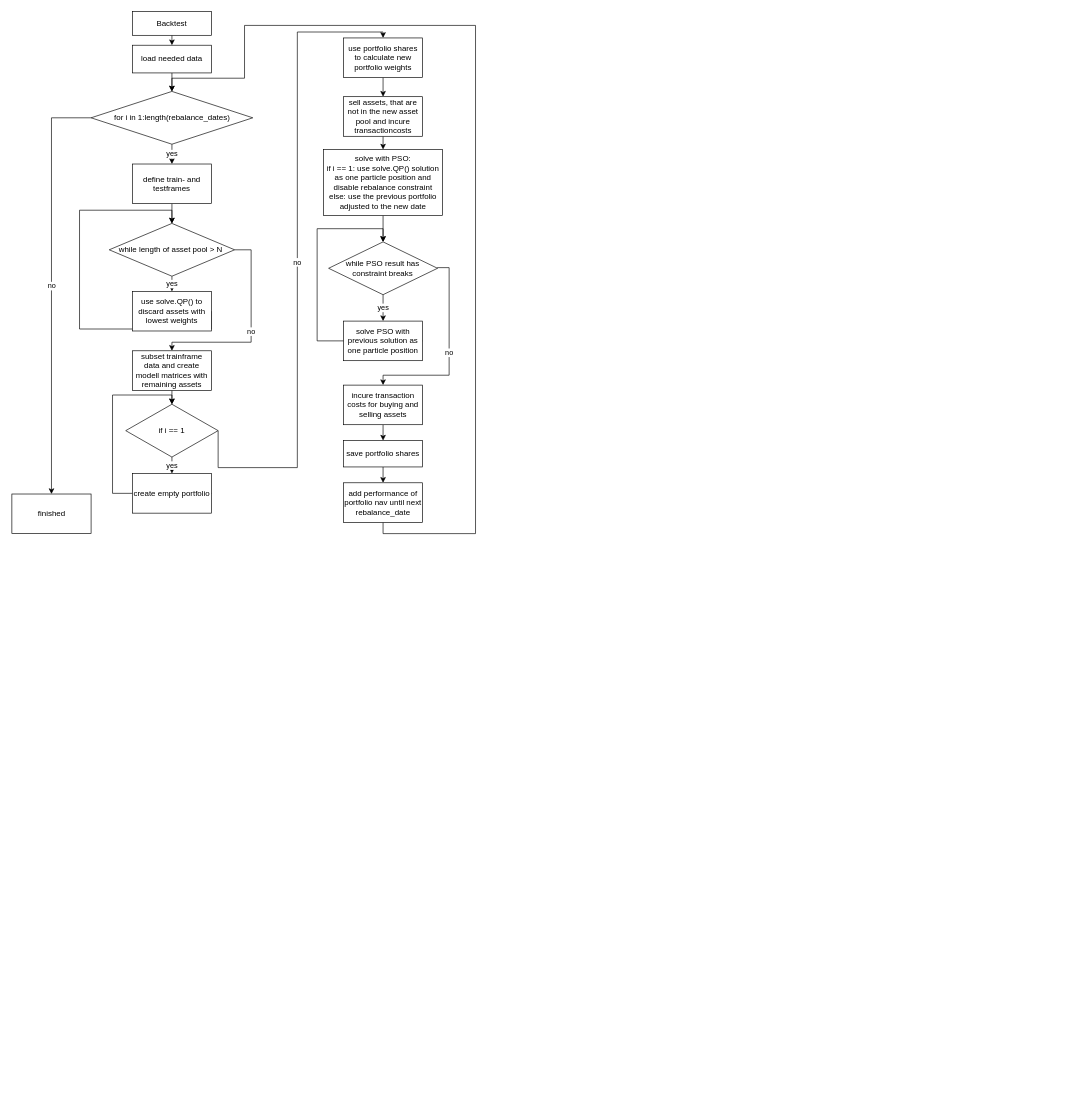
The draw.io diagram img/Chapter9_PSO_Process2.drawio in AxelCode-R/Asset-Allocation-using-Particle-Swarm-Optimization-in-R, before the edit. Source tidied: cells renumbered, new cells numbered last; positions are measured from the earlier drawing's top-left corner, leaving out a move shared by most shapes. Both pictures are drawn from the tidied source at 66%, with x=0, y=0 at pixel (12, 11).
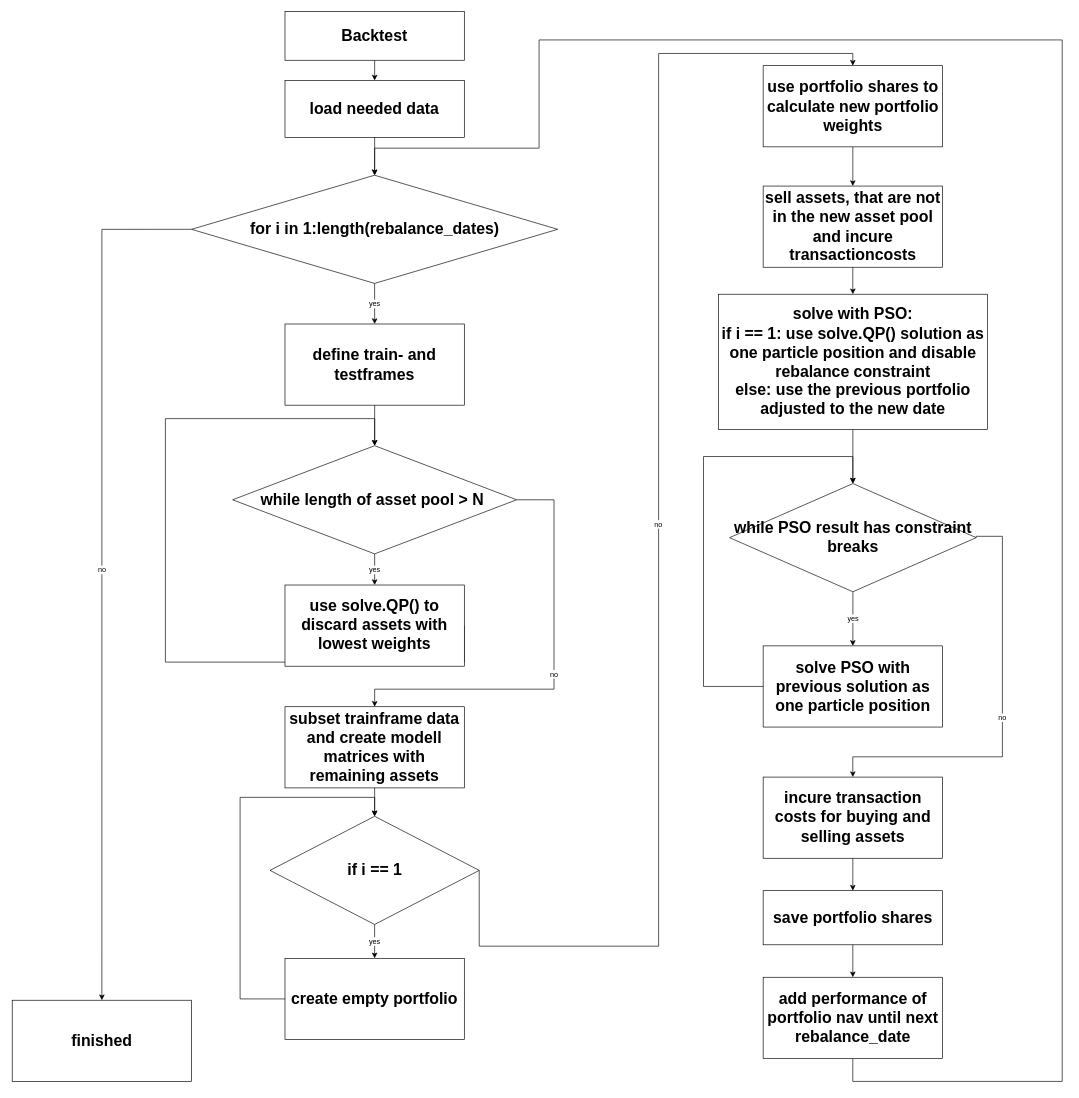
After the change.

What changed in the source:
```diff
@@
+    <mxCell id="41" style="group;" parent="1" vertex="1">
+      <mxGeometry width="1592" height="1621" as="geometry" />
+    </mxCell>
+    <mxCell id="3" value="&lt;h1&gt;Backtest&lt;/h1&gt;" style="whiteSpace=wrap;html=1;" parent="41" vertex="1">
+      <mxGeometry x="413.3" width="271.7" height="73.8" as="geometry" />
+    </mxCell>
+    <mxCell id="5" value="&lt;h1&gt;load needed data&lt;/h1&gt;" style="whiteSpace=wrap;html=1;" parent="41" vertex="1">
+      <mxGeometry x="413.3" y="104.5" width="271.7" height="86.1" as="geometry" />
+    </mxCell>
-    <mxCell id="2" style="edgeStyle=orthogonalEdgeStyle;rounded=0;jettySize=auto;html=1;exitX=0.5;exitY=1;exitDx=0;exitDy=0;entryX=0.5;entryY=0;entryDx=0;entryDy=0;" parent="1" edge="1" source="3" target="5">
+    <mxCell id="2" style="edgeStyle=orthogonalEdgeStyle;rounded=0;jettySize=auto;html=1;exitX=0.5;exitY=1;exitDx=0;exitDy=0;entryX=0.5;entryY=0;entryDx=0;entryDy=0;" parent="41" edge="1" source="3" target="5">
       <mxGeometry relative="1" as="geometry" />
     </mxCell>
-    <mxCell id="3" value="Backtest" style="whiteSpace=wrap;html=1;" parent="1" vertex="1">
-      <mxGeometry x="182" width="120" height="36" as="geometry" />
-    </mxCell>
+    <mxCell id="8" value="&lt;h1&gt;&lt;span&gt;for i in 1:length(rebalance_dates)&lt;/span&gt;&lt;/h1&gt;" style="rhombus;whiteSpace=wrap;html=1;" parent="41" vertex="1">
+      <mxGeometry x="271.7" y="248" width="554.8" height="163.9" as="geometry" />
+    </mxCell>
-    <mxCell id="4" style="edgeStyle=orthogonalEdgeStyle;rounded=0;jettySize=auto;html=1;exitX=0.5;exitY=1;exitDx=0;exitDy=0;entryX=0.5;entryY=0;entryDx=0;entryDy=0;" parent="1" edge="1" source="5" target="8">
+    <mxCell id="4" style="edgeStyle=orthogonalEdgeStyle;rounded=0;jettySize=auto;html=1;exitX=0.5;exitY=1;exitDx=0;exitDy=0;entryX=0.5;entryY=0;entryDx=0;entryDy=0;" parent="41" edge="1" source="5" target="8">
       <mxGeometry relative="1" as="geometry" />
     </mxCell>
-    <mxCell id="5" value="load needed data" style="whiteSpace=wrap;html=1;" parent="1" vertex="1">
-      <mxGeometry x="182" y="51" width="120" height="42" as="geometry" />
-    </mxCell>
+    <mxCell id="10" value="&lt;h1&gt;define train- and testframes&lt;/h1&gt;" style="whiteSpace=wrap;html=1;" parent="41" vertex="1">
+      <mxGeometry x="413.3" y="473.4" width="271.7" height="123" as="geometry" />
+    </mxCell>
-    <mxCell id="6" value="yes" style="edgeStyle=orthogonalEdgeStyle;rounded=0;jettySize=auto;html=1;exitX=0.5;exitY=1;exitDx=0;exitDy=0;entryX=0.5;entryY=0;entryDx=0;entryDy=0;" parent="1" edge="1" source="8" target="10">
+    <mxCell id="6" value="yes" style="edgeStyle=orthogonalEdgeStyle;rounded=0;jettySize=auto;html=1;exitX=0.5;exitY=1;exitDx=0;exitDy=0;entryX=0.5;entryY=0;entryDx=0;entryDy=0;" parent="41" edge="1" source="8" target="10">
       <mxGeometry relative="1" as="geometry" />
     </mxCell>
-    <mxCell id="7" value="no" style="edgeStyle=orthogonalEdgeStyle;rounded=0;jettySize=auto;html=1;exitX=0;exitY=0.5;exitDx=0;exitDy=0;entryX=0.5;entryY=0;entryDx=0;entryDy=0;" parent="1" edge="1" source="8" target="40">
-      <mxGeometry relative="1" as="geometry" />
-    </mxCell>
-    <mxCell id="8" value="&lt;span&gt;for i in 1:length(rebalance_dates)&lt;/span&gt;" style="rhombus;whiteSpace=wrap;html=1;" parent="1" vertex="1">
-      <mxGeometry x="119.5" y="121" width="245" height="80" as="geometry" />
-    </mxCell>
-    <mxCell id="9" style="edgeStyle=orthogonalEdgeStyle;rounded=0;jettySize=auto;html=1;exitX=0.5;exitY=1;exitDx=0;exitDy=0;entryX=0.5;entryY=0;entryDx=0;entryDy=0;" parent="1" edge="1" source="10" target="15">
-      <mxGeometry relative="1" as="geometry" />
-    </mxCell>
-    <mxCell id="10" value="define train- and testframes" style="whiteSpace=wrap;html=1;" parent="1" vertex="1">
-      <mxGeometry x="182" y="231" width="120" height="60" as="geometry" />
-    </mxCell>
-    <mxCell id="11" style="edgeStyle=orthogonalEdgeStyle;rounded=0;jettySize=auto;html=1;exitX=0.5;exitY=1;exitDx=0;exitDy=0;entryX=0.5;entryY=0;entryDx=0;entryDy=0;" parent="1" edge="1" source="12" target="35">
-      <mxGeometry relative="1" as="geometry" />
-    </mxCell>
-    <mxCell id="12" value="subset trainframe data and create modell matrices with remaining assets" style="whiteSpace=wrap;html=1;" parent="1" vertex="1">
-      <mxGeometry x="182" y="514" width="120" height="60" as="geometry" />
+    <mxCell id="12" value="&lt;h1&gt;subset trainframe data and create modell matrices with remaining assets&lt;/h1&gt;" style="whiteSpace=wrap;html=1;" parent="41" vertex="1">
+      <mxGeometry x="413.3" y="1053.3" width="271.7" height="123" as="geometry" />
     </mxCell>
-    <mxCell id="13" value="yes" style="edgeStyle=orthogonalEdgeStyle;rounded=0;jettySize=auto;html=1;exitX=0.5;exitY=1;exitDx=0;exitDy=0;entryX=0.5;entryY=0;entryDx=0;entryDy=0;" parent="1" edge="1" source="15" target="17">
-      <mxGeometry relative="1" as="geometry" />
-    </mxCell>
-    <mxCell id="14" value="no" style="edgeStyle=orthogonalEdgeStyle;rounded=0;jettySize=auto;html=1;exitX=1;exitY=0.5;exitDx=0;exitDy=0;entryX=0.5;entryY=0;entryDx=0;entryDy=0;" parent="1" edge="1" source="15" target="12">
+    <mxCell id="14" value="no" style="edgeStyle=orthogonalEdgeStyle;rounded=0;jettySize=auto;html=1;exitX=1;exitY=0.5;exitDx=0;exitDy=0;entryX=0.5;entryY=0;entryDx=0;entryDy=0;" parent="41" edge="1" source="15" target="12">
       <mxGeometry relative="1" as="geometry">
         <Array as="points">
-          <mxPoint x="362" y="361" />
-          <mxPoint x="362" y="501" />
-          <mxPoint x="242" y="501" />
+          <mxPoint x="820.9" y="739.8" />
+          <mxPoint x="820.9" y="1026.7" />
+          <mxPoint x="549.2" y="1026.7" />
         </Array>
       </mxGeometry>
     </mxCell>
-    <mxCell id="15" value="while length of asset pool &amp;gt; N&amp;nbsp;" style="rhombus;whiteSpace=wrap;html=1;" parent="1" vertex="1">
-      <mxGeometry x="147" y="321" width="190" height="80" as="geometry" />
+    <mxCell id="15" value="&lt;h1&gt;while length of asset pool &amp;gt; N&amp;nbsp;&lt;/h1&gt;" style="rhombus;whiteSpace=wrap;html=1;" parent="41" vertex="1">
+      <mxGeometry x="334" y="657.8" width="430.3" height="163.9" as="geometry" />
     </mxCell>
+    <mxCell id="9" style="edgeStyle=orthogonalEdgeStyle;rounded=0;jettySize=auto;html=1;exitX=0.5;exitY=1;exitDx=0;exitDy=0;entryX=0.5;entryY=0;entryDx=0;entryDy=0;" parent="41" edge="1" source="10" target="15">
+      <mxGeometry relative="1" as="geometry" />
+    </mxCell>
-    <mxCell id="16" style="edgeStyle=orthogonalEdgeStyle;rounded=0;jettySize=auto;html=1;exitX=1;exitY=0.5;exitDx=0;exitDy=0;entryX=0.5;entryY=0;entryDx=0;entryDy=0;entryPerimeter=0;" parent="1" edge="1" source="17" target="15">
+    <mxCell id="16" style="edgeStyle=orthogonalEdgeStyle;rounded=0;jettySize=auto;html=1;exitX=1;exitY=0.5;exitDx=0;exitDy=0;entryX=0.5;entryY=0;entryDx=0;entryDy=0;entryPerimeter=0;" parent="41" edge="1" source="17" target="15">
       <mxGeometry relative="1" as="geometry">
         <Array as="points">
-          <mxPoint x="102" y="481" />
-          <mxPoint x="102" y="301" />
-          <mxPoint x="242" y="301" />
+          <mxPoint x="232.1" y="985.7" />
+          <mxPoint x="232.1" y="616.8" />
+          <mxPoint x="549.2" y="616.8" />
         </Array>
       </mxGeometry>
     </mxCell>
-    <mxCell id="17" value="use solve.QP() to discard assets with lowest weights" style="whiteSpace=wrap;html=1;" parent="1" vertex="1">
-      <mxGeometry x="182" y="424" width="120" height="60" as="geometry" />
+    <mxCell id="17" value="&lt;h1&gt;use solve.QP() to discard assets with lowest weights&lt;/h1&gt;" style="whiteSpace=wrap;html=1;" parent="41" vertex="1">
+      <mxGeometry x="413.3" y="868.9" width="271.7" height="123" as="geometry" />
     </mxCell>
-    <mxCell id="18" style="edgeStyle=orthogonalEdgeStyle;rounded=0;jettySize=auto;html=1;exitX=0.5;exitY=1;exitDx=0;exitDy=0;entryX=0.5;entryY=0;entryDx=0;entryDy=0;" parent="1" edge="1" source="19" target="24">
-      <mxGeometry relative="1" as="geometry" />
-    </mxCell>
+    <mxCell id="13" value="yes" style="edgeStyle=orthogonalEdgeStyle;rounded=0;jettySize=auto;html=1;exitX=0.5;exitY=1;exitDx=0;exitDy=0;entryX=0.5;entryY=0;entryDx=0;entryDy=0;" parent="41" edge="1" source="15" target="17">
+      <mxGeometry relative="1" as="geometry" />
+    </mxCell>
-    <mxCell id="19" value="sell assets, that are not in the new asset pool and incure transactioncosts" style="whiteSpace=wrap;html=1;" parent="1" vertex="1">
-      <mxGeometry x="501.9" y="129" width="120" height="60" as="geometry" />
+    <mxCell id="19" value="&lt;h1&gt;sell assets, that are not in the new asset pool and incure transactioncosts&lt;/h1&gt;" style="whiteSpace=wrap;html=1;" parent="41" vertex="1">
+      <mxGeometry x="1137.8" y="264.4" width="271.7" height="123" as="geometry" />
     </mxCell>
-    <mxCell id="20" value="yes" style="edgeStyle=orthogonalEdgeStyle;rounded=0;jettySize=auto;html=1;exitX=0.5;exitY=1;exitDx=0;exitDy=0;entryX=0.5;entryY=0;entryDx=0;entryDy=0;" parent="1" edge="1" source="22" target="26">
-      <mxGeometry relative="1" as="geometry" />
-    </mxCell>
-    <mxCell id="21" value="no" style="edgeStyle=orthogonalEdgeStyle;rounded=0;jettySize=auto;html=1;exitX=1;exitY=0.5;exitDx=0;exitDy=0;entryX=0.5;entryY=0;entryDx=0;entryDy=0;" parent="1" edge="1" source="22" target="28">
-      <mxGeometry relative="1" as="geometry">
-        <Array as="points">
-          <mxPoint x="662" y="388" />
-          <mxPoint x="662" y="551" />
-          <mxPoint x="562" y="551" />
-        </Array>
-      </mxGeometry>
-    </mxCell>
-    <mxCell id="22" value="while PSO result has constraint breaks" style="rhombus;whiteSpace=wrap;html=1;" parent="1" vertex="1">
-      <mxGeometry x="479.4" y="349" width="165" height="80" as="geometry" />
+    <mxCell id="22" value="&lt;h1&gt;while PSO result has constraint breaks&lt;/h1&gt;" style="rhombus;whiteSpace=wrap;html=1;" parent="41" vertex="1">
+      <mxGeometry x="1086.9" y="715.2" width="373.7" height="163.9" as="geometry" />
     </mxCell>
-    <mxCell id="23" style="edgeStyle=orthogonalEdgeStyle;rounded=0;jettySize=auto;html=1;exitX=0.5;exitY=1;exitDx=0;exitDy=0;" parent="1" edge="1" source="24" target="22">
+    <mxCell id="23" style="edgeStyle=orthogonalEdgeStyle;rounded=0;jettySize=auto;html=1;exitX=0.5;exitY=1;exitDx=0;exitDy=0;" parent="41" edge="1" source="24" target="22">
       <mxGeometry relative="1" as="geometry" />
     </mxCell>
-    <mxCell id="24" value="solve with PSO:&lt;br&gt;if i == 1: use solve.QP() solution as one particle position and disable rebalance constraint&lt;br&gt;else: use the previous portfolio adjusted to the new date" style="whiteSpace=wrap;html=1;" parent="1" vertex="1">
-      <mxGeometry x="471.9" y="209" width="180" height="100" as="geometry" />
+    <mxCell id="24" value="&lt;h1&gt;solve with PSO:&lt;br&gt;if i == 1: use solve.QP() solution as one particle position and disable rebalance constraint&lt;br&gt;else: use the previous portfolio adjusted to the new date&lt;/h1&gt;" style="whiteSpace=wrap;html=1;" parent="41" vertex="1">
+      <mxGeometry x="1069.9" y="428.3" width="407.6" height="204.9" as="geometry" />
     </mxCell>
+    <mxCell id="18" style="edgeStyle=orthogonalEdgeStyle;rounded=0;jettySize=auto;html=1;exitX=0.5;exitY=1;exitDx=0;exitDy=0;entryX=0.5;entryY=0;entryDx=0;entryDy=0;" parent="41" edge="1" source="19" target="24">
+      <mxGeometry relative="1" as="geometry" />
+    </mxCell>
-    <mxCell id="25" style="edgeStyle=orthogonalEdgeStyle;rounded=0;jettySize=auto;html=1;exitX=1;exitY=0.5;exitDx=0;exitDy=0;" parent="1" edge="1" source="26">
+    <mxCell id="25" style="edgeStyle=orthogonalEdgeStyle;rounded=0;jettySize=auto;html=1;exitX=1;exitY=0.5;exitDx=0;exitDy=0;" parent="41" edge="1" source="26">
       <mxGeometry relative="1" as="geometry">
-        <mxPoint x="561.9" y="349" as="targetPoint" />
+        <mxPoint x="1273.7" y="715.2" as="targetPoint" />
         <Array as="points">
-          <mxPoint x="462" y="499" />
-          <mxPoint x="462" y="329" />
-          <mxPoint x="562" y="329" />
+          <mxPoint x="1047.4" y="1022.6" />
+          <mxPoint x="1047.4" y="674.2" />
+          <mxPoint x="1273.8" y="674.2" />
         </Array>
       </mxGeometry>
     </mxCell>
-    <mxCell id="26" value="solve PSO with previous solution as one particle position" style="whiteSpace=wrap;html=1;" parent="1" vertex="1">
-      <mxGeometry x="501.9" y="469" width="120" height="60" as="geometry" />
+    <mxCell id="26" value="&lt;h1&gt;solve PSO with previous solution as one particle position&lt;/h1&gt;" style="whiteSpace=wrap;html=1;" parent="41" vertex="1">
+      <mxGeometry x="1137.8" y="961.1" width="271.7" height="123" as="geometry" />
     </mxCell>
+    <mxCell id="20" value="yes" style="edgeStyle=orthogonalEdgeStyle;rounded=0;jettySize=auto;html=1;exitX=0.5;exitY=1;exitDx=0;exitDy=0;entryX=0.5;entryY=0;entryDx=0;entryDy=0;" parent="41" edge="1" source="22" target="26">
+      <mxGeometry relative="1" as="geometry" />
+    </mxCell>
+    <mxCell id="28" value="&lt;h1&gt;incure transaction costs for buying and selling assets&lt;/h1&gt;" style="whiteSpace=wrap;html=1;" parent="41" vertex="1">
+      <mxGeometry x="1137.8" y="1159.9" width="271.7" height="123" as="geometry" />
+    </mxCell>
+    <mxCell id="21" value="no" style="edgeStyle=orthogonalEdgeStyle;rounded=0;jettySize=auto;html=1;exitX=1;exitY=0.5;exitDx=0;exitDy=0;entryX=0.5;entryY=0;entryDx=0;entryDy=0;" parent="41" edge="1" source="22" target="28">
+      <mxGeometry relative="1" as="geometry">
+        <Array as="points">
+          <mxPoint x="1500.3" y="795.1" />
+          <mxPoint x="1500.3" y="1129.2" />
+          <mxPoint x="1273.8" y="1129.2" />
+        </Array>
+      </mxGeometry>
+    </mxCell>
+    <mxCell id="30" value="&lt;h1&gt;save portfolio shares&lt;/h1&gt;" style="whiteSpace=wrap;html=1;" parent="41" vertex="1">
+      <mxGeometry x="1137.8" y="1332" width="271.7" height="82" as="geometry" />
+    </mxCell>
-    <mxCell id="27" style="edgeStyle=orthogonalEdgeStyle;rounded=0;jettySize=auto;html=1;exitX=0.5;exitY=1;exitDx=0;exitDy=0;entryX=0.5;entryY=0;entryDx=0;entryDy=0;" parent="1" edge="1" source="28" target="30">
+    <mxCell id="27" style="edgeStyle=orthogonalEdgeStyle;rounded=0;jettySize=auto;html=1;exitX=0.5;exitY=1;exitDx=0;exitDy=0;entryX=0.5;entryY=0;entryDx=0;entryDy=0;" parent="41" edge="1" source="28" target="30">
       <mxGeometry relative="1" as="geometry" />
     </mxCell>
-    <mxCell id="28" value="incure transaction costs for buying and selling assets" style="whiteSpace=wrap;html=1;" parent="1" vertex="1">
-      <mxGeometry x="501.9" y="566" width="120" height="60" as="geometry" />
-    </mxCell>
-    <mxCell id="29" style="edgeStyle=orthogonalEdgeStyle;rounded=0;jettySize=auto;html=1;exitX=0.5;exitY=1;exitDx=0;exitDy=0;entryX=0.5;entryY=0;entryDx=0;entryDy=0;" parent="1" edge="1" source="30" target="32">
-      <mxGeometry relative="1" as="geometry" />
-    </mxCell>
-    <mxCell id="30" value="save portfolio shares" style="whiteSpace=wrap;html=1;" parent="1" vertex="1">
-      <mxGeometry x="501.9" y="650" width="120" height="40" as="geometry" />
-    </mxCell>
-    <mxCell id="31" style="edgeStyle=orthogonalEdgeStyle;rounded=0;jettySize=auto;html=1;exitX=0.5;exitY=1;exitDx=0;exitDy=0;entryX=0.5;entryY=0;entryDx=0;entryDy=0;" parent="1" edge="1" source="32" target="8">
+    <mxCell id="31" style="edgeStyle=orthogonalEdgeStyle;rounded=0;jettySize=auto;html=1;exitX=0.5;exitY=1;exitDx=0;exitDy=0;entryX=0.5;entryY=0;entryDx=0;entryDy=0;" parent="41" edge="1" source="32" target="8">
       <mxGeometry relative="1" as="geometry">
         <Array as="points">
-          <mxPoint x="562" y="791" />
-          <mxPoint x="702" y="791" />
-          <mxPoint x="702" y="21" />
-          <mxPoint x="352" y="21" />
-          <mxPoint x="352" y="101" />
-          <mxPoint x="242" y="101" />
+          <mxPoint x="1273.8" y="1621" />
+          <mxPoint x="1590.9" y="1621" />
+          <mxPoint x="1590.9" y="43" />
+          <mxPoint x="798.3" y="43" />
+          <mxPoint x="798.3" y="207" />
+          <mxPoint x="549.2" y="207" />
         </Array>
       </mxGeometry>
     </mxCell>
-    <mxCell id="32" value="add performance of portfolio nav until next rebalance_date" style="whiteSpace=wrap;html=1;" parent="1" vertex="1">
-      <mxGeometry x="501.9" y="714" width="120" height="60" as="geometry" />
+    <mxCell id="32" value="&lt;h1&gt;add performance of portfolio nav until next rebalance_date&lt;/h1&gt;" style="whiteSpace=wrap;html=1;" parent="41" vertex="1">
+      <mxGeometry x="1137.8" y="1463.2" width="271.7" height="123" as="geometry" />
     </mxCell>
-    <mxCell id="33" value="yes" style="edgeStyle=orthogonalEdgeStyle;rounded=0;jettySize=auto;html=1;exitX=0.5;exitY=1;exitDx=0;exitDy=0;entryX=0.5;entryY=0;entryDx=0;entryDy=0;" parent="1" edge="1" source="35" target="37">
-      <mxGeometry relative="1" as="geometry" />
-    </mxCell>
-    <mxCell id="34" value="no" style="edgeStyle=orthogonalEdgeStyle;rounded=0;jettySize=auto;html=1;exitX=1;exitY=0.5;exitDx=0;exitDy=0;entryX=0.5;entryY=0;entryDx=0;entryDy=0;" parent="1" edge="1" source="35" target="39">
-      <mxGeometry relative="1" as="geometry">
-        <Array as="points">
-          <mxPoint x="312" y="691" />
-          <mxPoint x="432" y="691" />
-          <mxPoint x="432" y="31" />
-          <mxPoint x="562" y="31" />
-        </Array>
-      </mxGeometry>
-    </mxCell>
+    <mxCell id="29" style="edgeStyle=orthogonalEdgeStyle;rounded=0;jettySize=auto;html=1;exitX=0.5;exitY=1;exitDx=0;exitDy=0;entryX=0.5;entryY=0;entryDx=0;entryDy=0;" parent="41" edge="1" source="30" target="32">
+      <mxGeometry relative="1" as="geometry" />
+    </mxCell>
-    <mxCell id="35" value="if i == 1" style="rhombus;whiteSpace=wrap;html=1;" parent="1" vertex="1">
-      <mxGeometry x="172" y="595" width="140" height="80" as="geometry" />
+    <mxCell id="35" value="&lt;h1&gt;if i == 1&lt;/h1&gt;" style="rhombus;whiteSpace=wrap;html=1;" parent="41" vertex="1">
+      <mxGeometry x="390.6" y="1219.3" width="317" height="163.9" as="geometry" />
     </mxCell>
+    <mxCell id="11" style="edgeStyle=orthogonalEdgeStyle;rounded=0;jettySize=auto;html=1;exitX=0.5;exitY=1;exitDx=0;exitDy=0;entryX=0.5;entryY=0;entryDx=0;entryDy=0;" parent="41" edge="1" source="12" target="35">
+      <mxGeometry relative="1" as="geometry" />
+    </mxCell>
-    <mxCell id="36" style="edgeStyle=orthogonalEdgeStyle;rounded=0;jettySize=auto;html=1;exitX=1;exitY=0.5;exitDx=0;exitDy=0;entryX=0.5;entryY=0;entryDx=0;entryDy=0;" parent="1" edge="1" source="37" target="35">
+    <mxCell id="36" style="edgeStyle=orthogonalEdgeStyle;rounded=0;jettySize=auto;html=1;exitX=1;exitY=0.5;exitDx=0;exitDy=0;entryX=0.5;entryY=0;entryDx=0;entryDy=0;" parent="41" edge="1" source="37" target="35">
       <mxGeometry relative="1" as="geometry">
         <Array as="points">
-          <mxPoint x="152" y="730" />
-          <mxPoint x="152" y="581" />
-          <mxPoint x="242" y="581" />
+          <mxPoint x="345.3" y="1496" />
+          <mxPoint x="345.3" y="1190.6" />
+          <mxPoint x="549.2" y="1190.6" />
         </Array>
       </mxGeometry>
     </mxCell>
-    <mxCell id="37" value="create empty portfolio" style="whiteSpace=wrap;html=1;" parent="1" vertex="1">
-      <mxGeometry x="182" y="700" width="120" height="60" as="geometry" />
+    <mxCell id="37" value="&lt;h1&gt;create empty portfolio&lt;/h1&gt;" style="whiteSpace=wrap;html=1;" parent="41" vertex="1">
+      <mxGeometry x="413.3" y="1434.5" width="271.7" height="123" as="geometry" />
     </mxCell>
+    <mxCell id="33" value="yes" style="edgeStyle=orthogonalEdgeStyle;rounded=0;jettySize=auto;html=1;exitX=0.5;exitY=1;exitDx=0;exitDy=0;entryX=0.5;entryY=0;entryDx=0;entryDy=0;" parent="41" edge="1" source="35" target="37">
+      <mxGeometry relative="1" as="geometry" />
+    </mxCell>
-    <mxCell id="38" style="edgeStyle=orthogonalEdgeStyle;rounded=0;jettySize=auto;html=1;exitX=0.5;exitY=1;exitDx=0;exitDy=0;entryX=0.5;entryY=0;entryDx=0;entryDy=0;" parent="1" edge="1" source="39" target="19">
+    <mxCell id="38" style="edgeStyle=orthogonalEdgeStyle;rounded=0;jettySize=auto;html=1;exitX=0.5;exitY=1;exitDx=0;exitDy=0;entryX=0.5;entryY=0;entryDx=0;entryDy=0;" parent="41" edge="1" source="39" target="19">
       <mxGeometry relative="1" as="geometry" />
     </mxCell>
-    <mxCell id="39" value="use portfolio shares to calculate new portfolio weights" style="whiteSpace=wrap;html=1;" parent="1" vertex="1">
-      <mxGeometry x="501.9" y="40" width="120" height="60" as="geometry" />
+    <mxCell id="39" value="&lt;h1&gt;use portfolio shares to calculate new portfolio weights&lt;/h1&gt;" style="whiteSpace=wrap;html=1;" parent="41" vertex="1">
+      <mxGeometry x="1137.8" y="82" width="271.7" height="123" as="geometry" />
     </mxCell>
+    <mxCell id="34" value="no" style="edgeStyle=orthogonalEdgeStyle;rounded=0;jettySize=auto;html=1;exitX=1;exitY=0.5;exitDx=0;exitDy=0;entryX=0.5;entryY=0;entryDx=0;entryDy=0;" parent="41" edge="1" source="35" target="39">
+      <mxGeometry relative="1" as="geometry">
+        <Array as="points">
+          <mxPoint x="707.7" y="1416.1" />
+          <mxPoint x="979.4" y="1416.1" />
+          <mxPoint x="979.4" y="63.5" />
+          <mxPoint x="1273.8" y="63.5" />
+        </Array>
+      </mxGeometry>
+    </mxCell>
-    <mxCell id="40" value="finished" style="whiteSpace=wrap;html=1;" parent="1" vertex="1">
-      <mxGeometry x="-0.5" y="731" width="120" height="60" as="geometry" />
+    <mxCell id="40" value="&lt;h1&gt;finished&lt;/h1&gt;" style="whiteSpace=wrap;html=1;" parent="41" vertex="1">
+      <mxGeometry y="1498" width="271.7" height="123" as="geometry" />
     </mxCell>
+    <mxCell id="7" value="no" style="edgeStyle=orthogonalEdgeStyle;rounded=0;jettySize=auto;html=1;exitX=0;exitY=0.5;exitDx=0;exitDy=0;entryX=0.5;entryY=0;entryDx=0;entryDy=0;" parent="41" edge="1" source="8" target="40">
+      <mxGeometry relative="1" as="geometry" />
+    </mxCell>
```
